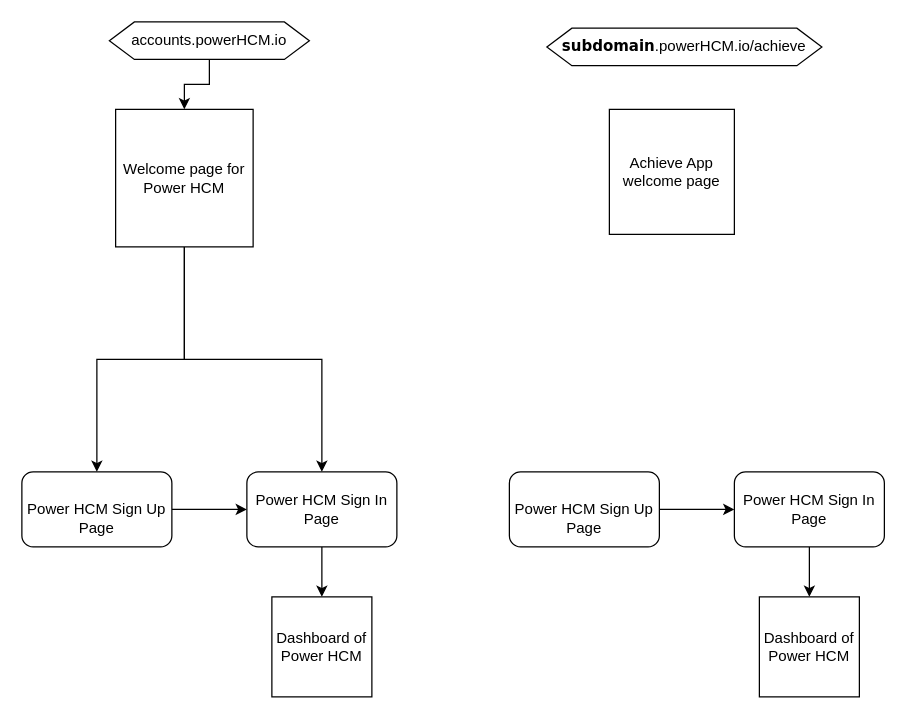
Earlier version of the draw.io diagram page "Page-4" (4 of 8) of PowerHCM.drawio (triconlabs/Documentation). Source tidied: cells renumbered, new cells numbered last; positions are measured from the earlier drawing's top-left corner, leaving out a move shared by most shapes. Both pictures are drawn from the tidied source at 125%, with x=0, y=0 at pixel (21, 21).
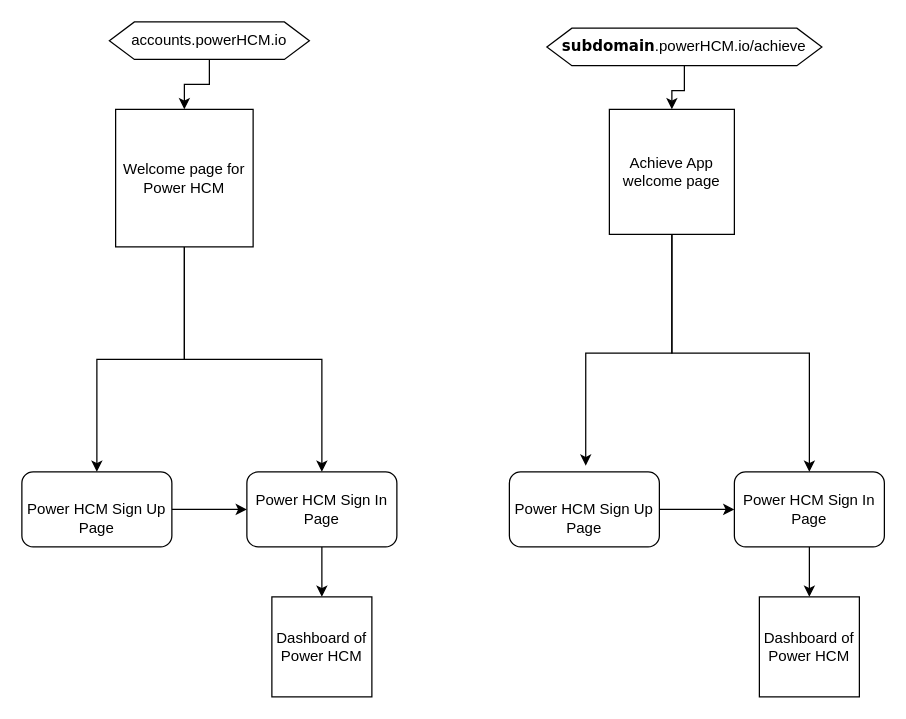
After the change.

The change refers to these unchanged cells:
```xml
<mxCell id="12" value="Achieve App welcome page" style="whiteSpace=wrap;html=1;" parent="1" vertex="1">
  <mxGeometry x="470" y="70" width="100" height="100" as="geometry" />
</mxCell>
<mxCell id="13" value="&lt;b&gt;&lt;font face=&quot;Verdana&quot;&gt;subdomain&lt;/font&gt;&lt;/b&gt;.powerHCM.io/achieve" style="shape=hexagon;perimeter=hexagonPerimeter2;whiteSpace=wrap;html=1;fixedSize=1;" parent="1" vertex="1">
  <mxGeometry x="420" y="5" width="220" height="30" as="geometry" />
</mxCell>
<mxCell id="15" value="Power HCM Sign In Page" style="rounded=1;whiteSpace=wrap;html=1;" parent="1" vertex="1">
  <mxGeometry x="570" y="360" width="120" height="60" as="geometry" />
</mxCell>
<mxCell id="17" value="&lt;br&gt;Power HCM Sign Up Page" style="rounded=1;whiteSpace=wrap;html=1;" parent="1" vertex="1">
  <mxGeometry x="390" y="360" width="120" height="60" as="geometry" />
</mxCell>
```

The edit, as a diff of the source:
```diff
@@
+    <mxCell id="19" style="edgeStyle=orthogonalEdgeStyle;rounded=0;jettySize=auto;html=1;exitX=0.5;exitY=1;exitDx=0;exitDy=0;entryX=0.5;entryY=0;entryDx=0;entryDy=0;" parent="1" edge="1" source="12" target="15">
+      <mxGeometry relative="1" as="geometry" />
+    </mxCell>
@@
+    <mxCell id="20" style="edgeStyle=orthogonalEdgeStyle;rounded=0;jettySize=auto;html=1;exitX=0.5;exitY=1;exitDx=0;exitDy=0;" parent="1" edge="1" source="13" target="12">
+      <mxGeometry relative="1" as="geometry" />
+    </mxCell>
@@
+    <mxCell id="21" style="edgeStyle=orthogonalEdgeStyle;rounded=0;jettySize=auto;html=1;exitX=0.5;exitY=1;exitDx=0;exitDy=0;entryX=0.509;entryY=-0.083;entryDx=0;entryDy=0;entryPerimeter=0;" parent="1" edge="1" source="12" target="17">
+      <mxGeometry relative="1" as="geometry" />
+    </mxCell>
```
